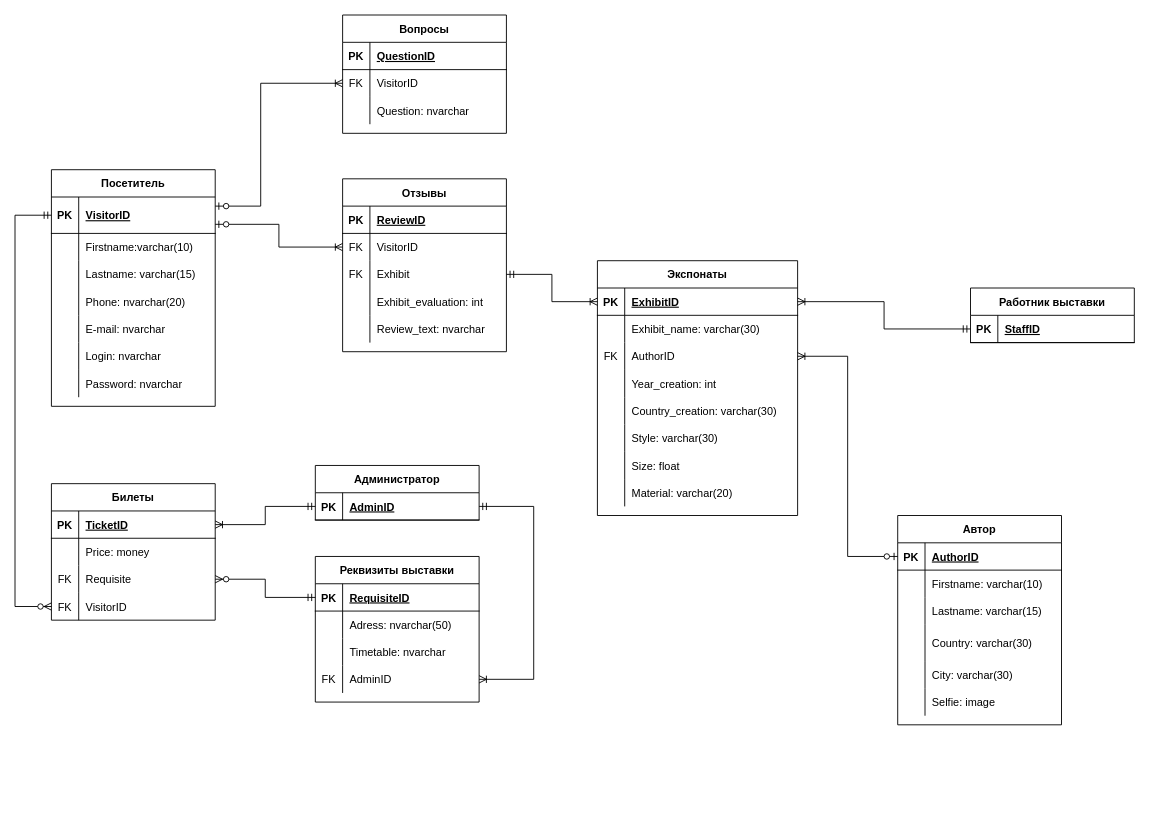
Earlier version of the draw.io diagram Diagrams/ER.drawio (OlgaMats/-). Source tidied: cells renumbered, new cells numbered last; positions are measured from the earlier drawing's top-left corner, leaving out a move shared by most shapes. Both pictures are drawn from the tidied source at 91%, with x=0, y=0 at pixel (15, 15).
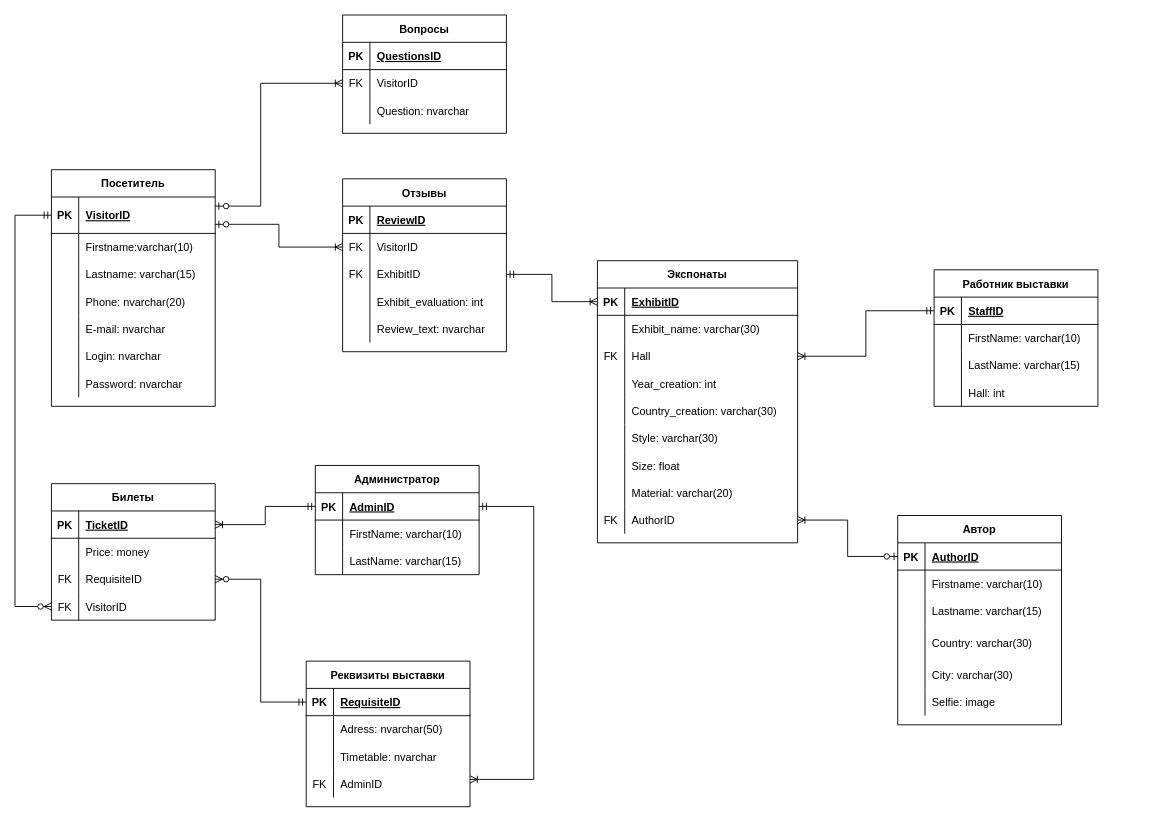
Above is the later version.

The change refers to these unchanged cells:
```xml
<mxCell id="31" style="shape=partialRectangle;fillColor=none;top=0;left=0;bottom=0;right=0;points=[[0,0.5],[1,0.5]];portConstraint=eastwest;" parent="24" vertex="1">
  <mxGeometry y="90" width="180" height="30" as="geometry" />
</mxCell>
<mxCell id="42" style="shape=partialRectangle;fillColor=none;top=0;left=0;bottom=1;right=0;points=[[0,0.5],[1,0.5]];portConstraint=eastwest;" parent="41" vertex="1">
  <mxGeometry y="30" width="180" height="30" as="geometry" />
</mxCell>
<mxCell id="55" style="shape=partialRectangle;fillColor=none;top=0;left=0;bottom=0;right=0;points=[[0,0.5],[1,0.5]];portConstraint=eastwest;" parent="45" vertex="1">
  <mxGeometry y="120" width="180" height="30" as="geometry" />
</mxCell>
<mxCell id="65" style="shape=partialRectangle;fillColor=none;top=0;left=0;bottom=0;right=0;points=[[0,0.5],[1,0.5]];portConstraint=eastwest;" parent="58" vertex="1">
  <mxGeometry y="90" width="180" height="30" as="geometry" />
</mxCell>
<mxCell id="72" style="shape=partialRectangle;fillColor=none;top=0;left=0;bottom=1;right=0;points=[[0,0.5],[1,0.5]];portConstraint=eastwest;" parent="71" vertex="1">
  <mxGeometry y="30" width="180" height="30" as="geometry" />
</mxCell>
<mxCell id="76" style="shape=partialRectangle;fillColor=none;top=0;left=0;bottom=1;right=0;points=[[0,0.5],[1,0.5]];portConstraint=eastwest;" parent="75" vertex="1">
  <mxGeometry y="30" width="220" height="30" as="geometry" />
</mxCell>
<mxCell id="126" style="shape=partialRectangle;fillColor=none;top=0;left=0;bottom=1;right=0;" parent="125" vertex="1">
  <mxGeometry y="30" width="180" height="30" as="geometry" />
</mxCell>
```

Change to the diagram source:
```diff
@@
-    <mxCell id="33" value="Exhibit" style="shape=partialRectangle;fillColor=none;top=0;left=0;bottom=0;right=0;align=left;spacingLeft=6;overflow=hidden;" parent="31" vertex="1">
+    <mxCell id="33" value="ExhibitID" style="shape=partialRectangle;fillColor=none;top=0;left=0;bottom=0;right=0;align=left;spacingLeft=6;overflow=hidden;" parent="31" vertex="1">
       <mxGeometry x="30" width="150" height="30" as="geometry" />
     </mxCell>
@@
     <mxCell id="41" value="Администратор" style="shape=table;startSize=30;childLayout=tableLayout;rowLines=0;fontStyle=1;align=center;" parent="1" vertex="1">
-      <mxGeometry x="330" y="495" width="180" height="60" as="geometry" />
+      <mxGeometry x="330" y="495" width="180" height="120" as="geometry" />
     </mxCell>
@@
+    <mxCell id="137" style="shape=partialRectangle;fillColor=none;top=0;left=0;bottom=0;right=0;" parent="41" vertex="1">
+      <mxGeometry y="60" width="180" height="30" as="geometry" />
+    </mxCell>
+    <mxCell id="138" style="shape=partialRectangle;fillColor=none;top=0;left=0;bottom=0;right=0;overflow=hidden;" parent="137" vertex="1">
+      <mxGeometry width="30" height="30" as="geometry" />
+    </mxCell>
+    <mxCell id="139" value="FirstName: varchar(10)" style="shape=partialRectangle;fillColor=none;top=0;left=0;bottom=0;right=0;align=left;spacingLeft=6;overflow=hidden;" parent="137" vertex="1">
+      <mxGeometry x="30" width="150" height="30" as="geometry" />
+    </mxCell>
+    <mxCell id="140" style="shape=partialRectangle;fillColor=none;top=0;left=0;bottom=0;right=0;" parent="41" vertex="1">
+      <mxGeometry y="90" width="180" height="30" as="geometry" />
+    </mxCell>
+    <mxCell id="141" style="shape=partialRectangle;fillColor=none;top=0;left=0;bottom=0;right=0;overflow=hidden;" parent="140" vertex="1">
+      <mxGeometry width="30" height="30" as="geometry" />
+    </mxCell>
+    <mxCell id="142" value="LastName: varchar(15)" style="shape=partialRectangle;fillColor=none;top=0;left=0;bottom=0;right=0;align=left;spacingLeft=6;overflow=hidden;" parent="140" vertex="1">
+      <mxGeometry x="30" width="150" height="30" as="geometry" />
+    </mxCell>
     <mxCell id="45" value="Реквизиты выставки" style="shape=table;startSize=30;childLayout=tableLayout;rowLines=0;fontStyle=1;align=center;" parent="1" vertex="1">
-      <mxGeometry x="330" y="595" width="180" height="160" as="geometry" />
+      <mxGeometry x="320" y="710" width="180" height="160" as="geometry" />
     </mxCell>
@@
-    <mxCell id="67" value="Requisite" style="shape=partialRectangle;fillColor=none;top=0;left=0;bottom=0;right=0;align=left;spacingLeft=6;overflow=hidden;" parent="65" vertex="1">
+    <mxCell id="67" value="RequisiteID" style="shape=partialRectangle;fillColor=none;top=0;left=0;bottom=0;right=0;align=left;spacingLeft=6;overflow=hidden;" parent="65" vertex="1">
       <mxGeometry x="30" width="150" height="30" as="geometry" />
     </mxCell>
@@
     <mxCell id="71" value="Работник выставки" style="shape=table;startSize=30;childLayout=tableLayout;rowLines=0;fontStyle=1;align=center;" parent="1" vertex="1">
-      <mxGeometry x="1050" y="300" width="180" height="60" as="geometry" />
+      <mxGeometry x="1010" y="280" width="180" height="150" as="geometry" />
     </mxCell>
@@
+    <mxCell id="143" style="shape=partialRectangle;fillColor=none;top=0;left=0;bottom=0;right=0;" parent="71" vertex="1">
+      <mxGeometry y="60" width="180" height="30" as="geometry" />
+    </mxCell>
+    <mxCell id="144" style="shape=partialRectangle;fillColor=none;top=0;left=0;bottom=0;right=0;overflow=hidden;" parent="143" vertex="1">
+      <mxGeometry width="30" height="30" as="geometry" />
+    </mxCell>
+    <mxCell id="145" value="FirstName: varchar(10)" style="shape=partialRectangle;fillColor=none;top=0;left=0;bottom=0;right=0;align=left;spacingLeft=6;overflow=hidden;" parent="143" vertex="1">
+      <mxGeometry x="30" width="150" height="30" as="geometry" />
+    </mxCell>
+    <mxCell id="146" style="shape=partialRectangle;fillColor=none;top=0;left=0;bottom=0;right=0;" parent="71" vertex="1">
+      <mxGeometry y="90" width="180" height="30" as="geometry" />
+    </mxCell>
+    <mxCell id="147" style="shape=partialRectangle;fillColor=none;top=0;left=0;bottom=0;right=0;overflow=hidden;" parent="146" vertex="1">
+      <mxGeometry width="30" height="30" as="geometry" />
+    </mxCell>
+    <mxCell id="148" value="LastName: varchar(15)" style="shape=partialRectangle;fillColor=none;top=0;left=0;bottom=0;right=0;align=left;spacingLeft=6;overflow=hidden;" parent="146" vertex="1">
+      <mxGeometry x="30" width="150" height="30" as="geometry" />
+    </mxCell>
+    <mxCell id="149" style="shape=partialRectangle;fillColor=none;top=0;left=0;bottom=0;right=0;" parent="71" vertex="1">
+      <mxGeometry y="120" width="180" height="30" as="geometry" />
+    </mxCell>
+    <mxCell id="150" style="shape=partialRectangle;fillColor=none;top=0;left=0;bottom=0;right=0;overflow=hidden;" parent="149" vertex="1">
+      <mxGeometry width="30" height="30" as="geometry" />
+    </mxCell>
+    <mxCell id="151" value="Hall: int" style="shape=partialRectangle;fillColor=none;top=0;left=0;bottom=0;right=0;align=left;spacingLeft=6;overflow=hidden;" parent="149" vertex="1">
+      <mxGeometry x="30" width="150" height="30" as="geometry" />
+    </mxCell>
     <mxCell id="75" value="Экспонаты" style="shape=table;startSize=30;childLayout=tableLayout;rowLines=0;fontStyle=1;align=center;" parent="1" vertex="1">
-      <mxGeometry x="640" y="270" width="220" height="280" as="geometry" />
+      <mxGeometry x="640" y="270" width="220" height="310" as="geometry" />
     </mxCell>
@@
-    <mxCell id="82" style="shape=partialRectangle;fillColor=none;top=0;left=0;bottom=0;right=0;points=[[0,0.5],[1,0.5]];portConstraint=eastwest;" parent="75" vertex="1">
-      <mxGeometry y="90" width="220" height="30" as="geometry" />
-    </mxCell>
-    <mxCell id="83" value="FK" style="shape=partialRectangle;fillColor=none;top=0;left=0;bottom=0;right=0;overflow=hidden;" parent="82" vertex="1">
-      <mxGeometry width="30" height="30" as="geometry" />
-    </mxCell>
-    <mxCell id="84" value="AuthorID" style="shape=partialRectangle;fillColor=none;top=0;left=0;bottom=0;right=0;align=left;spacingLeft=6;overflow=hidden;" parent="82" vertex="1">
-      <mxGeometry x="30" width="190" height="30" as="geometry" />
-    </mxCell>
+    <mxCell id="152" style="shape=partialRectangle;fillColor=none;top=0;left=0;bottom=0;right=0;points=[[0,0.5],[1,0.5]];portConstraint=eastwest;" parent="75" vertex="1">
+      <mxGeometry y="90" width="220" height="30" as="geometry" />
+    </mxCell>
+    <mxCell id="153" value="FK" style="shape=partialRectangle;fillColor=none;top=0;left=0;bottom=0;right=0;overflow=hidden;" parent="152" vertex="1">
+      <mxGeometry width="30" height="30" as="geometry" />
+    </mxCell>
+    <mxCell id="154" value="Hall" style="shape=partialRectangle;fillColor=none;top=0;left=0;bottom=0;right=0;align=left;spacingLeft=6;overflow=hidden;" parent="152" vertex="1">
+      <mxGeometry x="30" width="190" height="30" as="geometry" />
+    </mxCell>
@@
+    <mxCell id="82" style="shape=partialRectangle;fillColor=none;top=0;left=0;bottom=0;right=0;points=[[0,0.5],[1,0.5]];portConstraint=eastwest;" parent="75" vertex="1">
+      <mxGeometry y="270" width="220" height="30" as="geometry" />
+    </mxCell>
+    <mxCell id="83" value="FK" style="shape=partialRectangle;fillColor=none;top=0;left=0;bottom=0;right=0;overflow=hidden;" parent="82" vertex="1">
+      <mxGeometry width="30" height="30" as="geometry" />
+    </mxCell>
+    <mxCell id="84" value="AuthorID" style="shape=partialRectangle;fillColor=none;top=0;left=0;bottom=0;right=0;align=left;spacingLeft=6;overflow=hidden;" parent="82" vertex="1">
+      <mxGeometry x="30" width="190" height="30" as="geometry" />
+    </mxCell>
@@
     <mxCell id="120" style="edgeStyle=orthogonalEdgeStyle;fontSize=12;html=1;endArrow=ERoneToMany;startArrow=ERmandOne;rounded=0;" parent="1" edge="1" source="42" target="55">
       <mxGeometry relative="1" as="geometry">
         <Array as="points">
           <mxPoint x="570" y="540" />
-          <mxPoint x="570" y="730" />
+          <mxPoint x="570" y="840" />
         </Array>
       </mxGeometry>
     </mxCell>
@@
-    <mxCell id="128" value="QuestionID" style="shape=partialRectangle;fillColor=none;top=0;left=0;bottom=0;right=0;align=left;spacingLeft=6;fontStyle=5;overflow=hidden;" parent="126" vertex="1">
+    <mxCell id="128" value="QuestionsID" style="shape=partialRectangle;fillColor=none;top=0;left=0;bottom=0;right=0;align=left;spacingLeft=6;fontStyle=5;overflow=hidden;" parent="126" vertex="1">
       <mxGeometry x="30" width="150" height="30" as="geometry" />
     </mxCell>
@@
-    <mxCell id="136" style="edgeStyle=orthogonalEdgeStyle;fontSize=12;html=1;endArrow=ERoneToMany;startArrow=ERmandOne;rounded=0;endFill=0;" parent="1" edge="1" source="72" target="76">
-      <mxGeometry relative="1" as="geometry" />
-    </mxCell>
+    <mxCell id="155" style="edgeStyle=orthogonalEdgeStyle;fontSize=12;html=1;endArrow=ERmandOne;startArrow=ERoneToMany;rounded=0;startFill=0;" parent="1" edge="1" source="152" target="72">
+      <mxGeometry relative="1" as="geometry" />
+    </mxCell>
```
